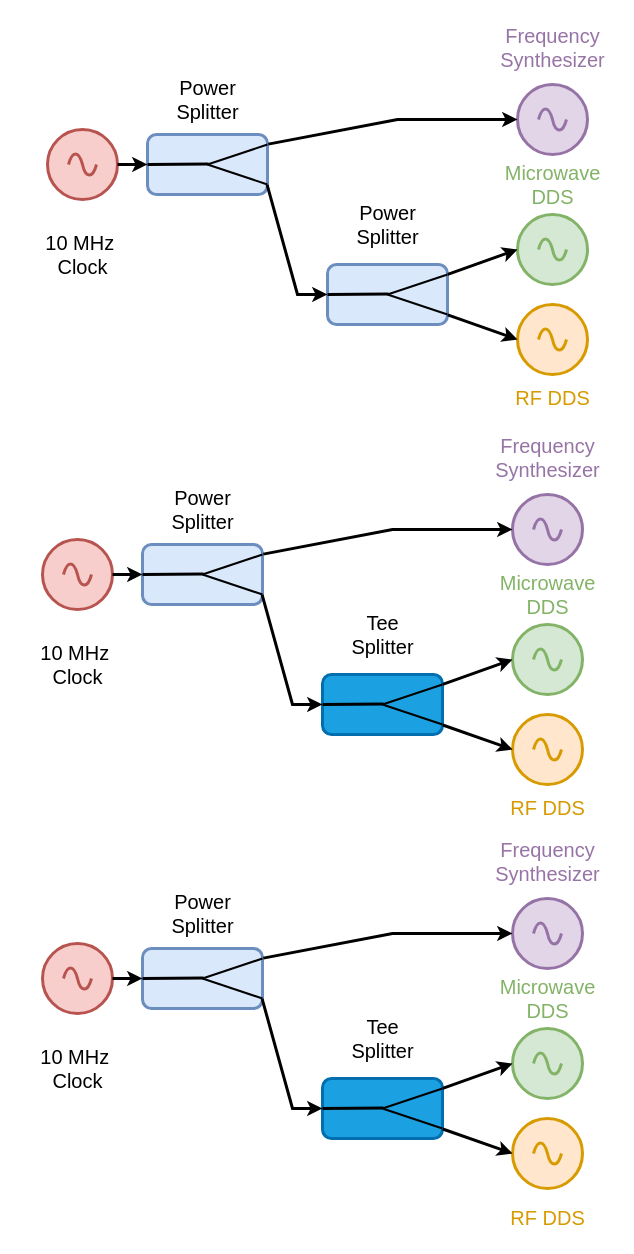
Earlier version of the draw.io diagram Block_Diagram/ClcokDistribution.drawio (QuantumDevil/DissertationPlot). Source tidied: cells renumbered, new cells numbered last; positions are measured from the earlier drawing's top-left corner, leaving out a move shared by most shapes. Both pictures are drawn from the tidied source at 100%, with x=0, y=0 at pixel (32, 17).
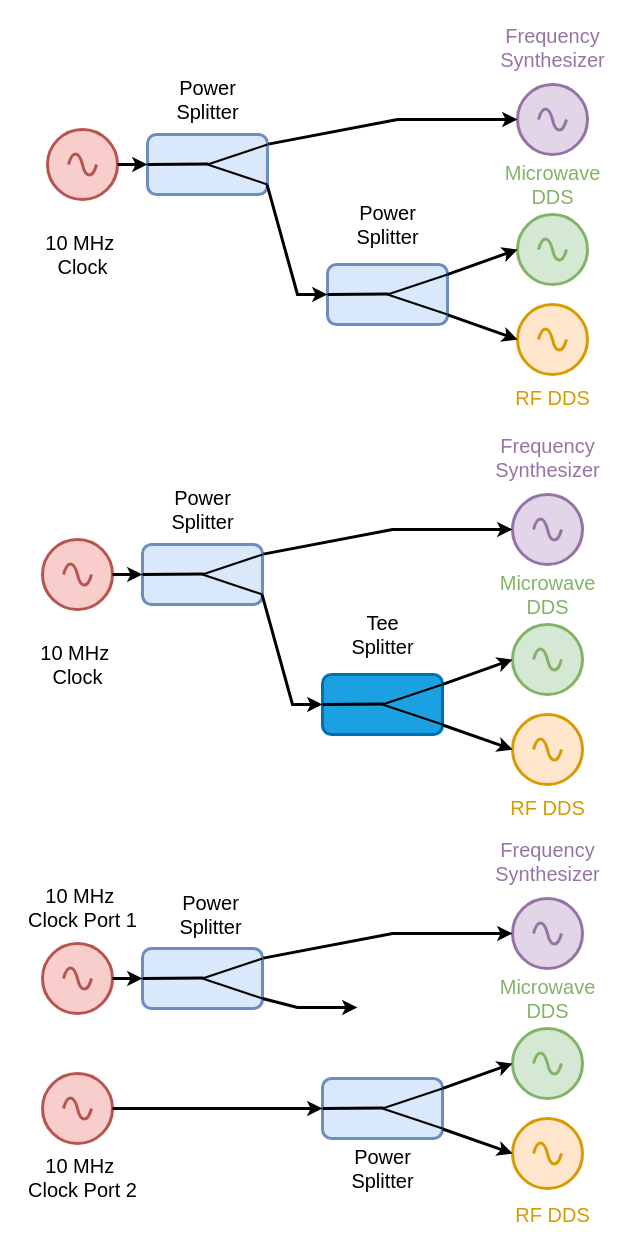
After the change.

The change refers to these unchanged cells:
```xml
<mxCell id="49" style="rounded=1;whiteSpace=wrap;html=1;strokeWidth=3;fillColor=#dae8fc;strokeColor=#6c8ebf;" parent="1" vertex="1">
  <mxGeometry x="110" y="931" width="120" height="60" as="geometry" />
</mxCell>
```

The edit, as a diff of the source:
```diff
@@
-    <mxCell id="56" style="rounded=1;whiteSpace=wrap;html=1;strokeWidth=3;fillColor=#1ba1e2;strokeColor=#006EAF;fontColor=#ffffff;" parent="1" vertex="1">
+    <mxCell id="56" style="rounded=1;whiteSpace=wrap;html=1;strokeWidth=3;fillColor=#dae8fc;strokeColor=#6c8ebf;" parent="1" vertex="1">
       <mxGeometry x="290" y="1061" width="120" height="60" as="geometry" />
     </mxCell>
@@
-    <mxCell id="60" value="&lt;font face=&quot;Congenial&quot;&gt;10 MHz&amp;nbsp;&lt;/font&gt;&lt;div&gt;&lt;font face=&quot;Congenial&quot;&gt;Clock&lt;/font&gt;&lt;/div&gt;" style="text;html=1;align=center;verticalAlign=middle;strokeColor=none;fillColor=none;fontSize=20;" parent="1" vertex="1">
-      <mxGeometry y="1021" width="90" height="60" as="geometry" />
+    <mxCell id="60" value="&lt;font face=&quot;Congenial&quot;&gt;10 MHz&amp;nbsp;&lt;/font&gt;&lt;div&gt;&lt;font face=&quot;Congenial&quot;&gt;Clock Port 1&lt;/font&gt;&lt;/div&gt;" style="text;html=1;align=center;verticalAlign=middle;strokeColor=none;fillColor=none;fontSize=20;" parent="1" vertex="1">
+      <mxGeometry x="-15" y="860" width="130" height="60" as="geometry" />
     </mxCell>
@@
     <mxCell id="62" value="Power&lt;div&gt;Splitter&lt;/div&gt;" style="text;html=1;align=center;verticalAlign=middle;strokeColor=none;fillColor=none;labelBackgroundColor=default;fontSize=20;fontFamily=Congenial;" parent="1" vertex="1">
-      <mxGeometry x="125" y="866" width="90" height="60" as="geometry" />
+      <mxGeometry x="133" y="867" width="90" height="60" as="geometry" />
     </mxCell>
-    <mxCell id="63" style="endArrow=classic;html=1;rounded=0;spacing=2;strokeWidth=3;exitX=0.997;exitY=0.84;exitDx=0;exitDy=0;exitPerimeter=0;" parent="1" edge="1" source="49">
-      <mxGeometry relative="1" as="geometry">
-        <mxPoint x="290" y="1091" as="targetPoint" />
-        <Array as="points">
-          <mxPoint x="260" y="1091" />
-        </Array>
-      </mxGeometry>
-    </mxCell>
@@
-    <mxCell id="67" value="Tee&lt;div&gt;Splitter&lt;/div&gt;" style="text;html=1;align=center;verticalAlign=middle;strokeColor=none;fillColor=none;labelBackgroundColor=default;fontSize=20;fontFamily=Congenial;" parent="1" vertex="1">
-      <mxGeometry x="305" y="991" width="90" height="60" as="geometry" />
+    <mxCell id="67" value="Power&lt;br&gt;&lt;div&gt;Splitter&lt;/div&gt;" style="text;html=1;align=center;verticalAlign=middle;strokeColor=none;fillColor=none;labelBackgroundColor=default;fontSize=20;fontFamily=Congenial;" parent="1" vertex="1">
+      <mxGeometry x="305" y="1121" width="90" height="60" as="geometry" />
     </mxCell>
@@
     <mxCell id="70" value="&lt;div&gt;&lt;span style=&quot;background-color: light-dark(#ffffff, var(--ge-dark-color, #121212));&quot;&gt;RF DDS&lt;/span&gt;&lt;/div&gt;" style="text;html=1;align=center;verticalAlign=middle;strokeColor=none;fillColor=none;labelBackgroundColor=default;fontSize=20;fontFamily=Congenial;fontColor=light-dark(#d79b01, #ededed);" parent="1" vertex="1">
-      <mxGeometry x="470" y="1180" width="90" height="40" as="geometry" />
+      <mxGeometry x="475" y="1177" width="90" height="40" as="geometry" />
     </mxCell>
+    <mxCell id="71" style="verticalLabelPosition=bottom;shadow=0;dashed=0;align=center;html=1;verticalAlign=top;shape=mxgraph.electrical.signal_sources.source;points=[[0.5,0,0],[1,0.5,0],[0.5,1,0],[0,0.5,0]];elSignalType=ac;strokeWidth=3;fillColor=#f8cecc;strokeColor=#b85450;" parent="1" vertex="1">
+      <mxGeometry x="10" y="1056" width="70" height="70" as="geometry" />
+    </mxCell>
+    <mxCell id="72" value="&lt;font face=&quot;Congenial&quot;&gt;10 MHz&amp;nbsp;&lt;/font&gt;&lt;div&gt;&lt;font face=&quot;Congenial&quot;&gt;Clock Port 2&lt;/font&gt;&lt;/div&gt;" style="text;html=1;align=center;verticalAlign=middle;strokeColor=none;fillColor=none;fontSize=20;" parent="1" vertex="1">
+      <mxGeometry x="-15" y="1130" width="130" height="60" as="geometry" />
+    </mxCell>
+    <mxCell id="73" style="endArrow=classic;html=1;rounded=0;exitX=1;exitY=0.5;exitDx=0;exitDy=0;exitPerimeter=0;entryX=0;entryY=0.5;entryDx=0;entryDy=0;strokeWidth=3;" parent="1" edge="1" source="71" target="56">
+      <mxGeometry relative="1" as="geometry" />
+    </mxCell>
+    <mxCell id="74" style="endArrow=classic;html=1;rounded=0;strokeWidth=3;exitX=1.007;exitY=0.16;exitDx=0;exitDy=0;exitPerimeter=0;" parent="1" edge="1">
+      <mxGeometry relative="1" as="geometry">
+        <mxPoint x="230" y="981" as="sourcePoint" />
+        <mxPoint x="325" y="990" as="targetPoint" />
+        <Array as="points">
+          <mxPoint x="265" y="990" />
+        </Array>
+      </mxGeometry>
+    </mxCell>
```
